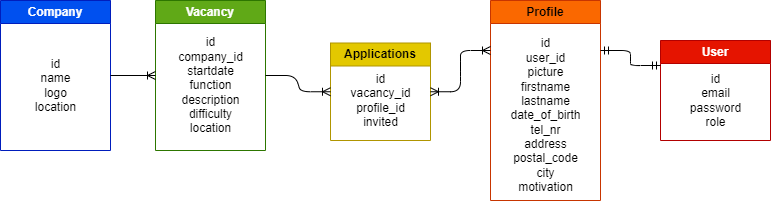
This is documents/design/VAC-ERD-Uitgewerkt-gegevensmodel-TV-v1.drawio.png from TizianoVotano/educom-symfony, a draw.io export, as it was before one commit. Source tidied: cells renumbered, new cells last; positions are measured from the earlier drawing's top-left corner, leaving out a move shared by most shapes. The source it was exported from:
```xml
<mxGraphModel>
  <root>
    <mxCell id="0" />
    <mxCell id="1" parent="0" />
    <mxCell id="2" value="Vacancy" style="swimlane;whiteSpace=wrap;html=1;fillColor=#60a917;fontColor=#ffffff;strokeColor=#2D7600;" parent="1" vertex="1">
      <mxGeometry x="155" width="110" height="150" as="geometry" />
    </mxCell>
    <mxCell id="3" value="&lt;div&gt;id&lt;/div&gt;&lt;div&gt;company_id&lt;br&gt;&lt;/div&gt;&lt;div&gt;startdate&lt;/div&gt;&lt;div&gt;function&lt;/div&gt;&lt;div&gt;description&lt;/div&gt;&lt;div&gt;difficulty&lt;/div&gt;&lt;div&gt;location&lt;/div&gt;" style="text;html=1;align=center;verticalAlign=middle;strokeColor=none;fillColor=none;" parent="2" vertex="1">
      <mxGeometry x="10" y="30" width="90" height="110" as="geometry" />
    </mxCell>
    <mxCell id="4" value="Company" style="swimlane;whiteSpace=wrap;html=1;startSize=23;fillColor=#0050ef;fontColor=#ffffff;strokeColor=#001DBC;" parent="1" vertex="1">
      <mxGeometry width="110" height="150" as="geometry" />
    </mxCell>
    <mxCell id="5" value="&lt;div&gt;id&lt;/div&gt;&lt;div&gt;name&lt;/div&gt;&lt;div&gt;logo&lt;/div&gt;&lt;div&gt;location&lt;/div&gt;" style="text;html=1;align=center;verticalAlign=middle;strokeColor=none;fillColor=none;" parent="4" vertex="1">
      <mxGeometry x="25" y="50" width="60" height="70" as="geometry" />
    </mxCell>
    <mxCell id="6" value="Profile" style="swimlane;whiteSpace=wrap;html=1;fillColor=#fa6800;strokeColor=#C73500;fontColor=#000000;" parent="1" vertex="1">
      <mxGeometry x="490" width="110" height="200" as="geometry" />
    </mxCell>
    <mxCell id="7" value="&lt;div&gt;id&lt;/div&gt;&lt;div&gt;user_id&lt;/div&gt;&lt;div&gt;picture&lt;/div&gt;&lt;div&gt;firstname&lt;/div&gt;&lt;div&gt;lastname&lt;/div&gt;&lt;div&gt;date_of_birth&lt;/div&gt;&lt;div&gt;tel_nr&lt;/div&gt;&lt;div&gt;address&lt;/div&gt;&lt;div&gt;postal_code&lt;/div&gt;&lt;div&gt;city&lt;/div&gt;&lt;div&gt;motivation&lt;/div&gt;" style="text;html=1;align=center;verticalAlign=middle;strokeColor=none;fillColor=none;" parent="6" vertex="1">
      <mxGeometry x="10" y="30" width="90" height="170" as="geometry" />
    </mxCell>
    <mxCell id="8" value="User" style="swimlane;whiteSpace=wrap;html=1;fillColor=#e51400;fontColor=#ffffff;strokeColor=#B20000;" parent="1" vertex="1">
      <mxGeometry x="660" y="40" width="110" height="100" as="geometry" />
    </mxCell>
    <mxCell id="9" value="&lt;div&gt;id&lt;/div&gt;&lt;div&gt;email&lt;/div&gt;&lt;div&gt;password&lt;/div&gt;&lt;div&gt;role&lt;/div&gt;" style="text;html=1;align=center;verticalAlign=middle;strokeColor=none;fillColor=none;" parent="8" vertex="1">
      <mxGeometry x="20" y="25" width="70" height="70" as="geometry" />
    </mxCell>
    <mxCell id="10" value="Applications" style="swimlane;whiteSpace=wrap;html=1;fillColor=#e3c800;fontColor=#000000;strokeColor=#B09500;" parent="1" vertex="1">
      <mxGeometry x="330" y="42.5" width="100" height="97.5" as="geometry" />
    </mxCell>
    <mxCell id="11" value="&lt;div&gt;id&lt;/div&gt;&lt;div&gt;vacancy_id&lt;/div&gt;&lt;div&gt;profile_id&lt;/div&gt;&lt;div&gt;invited&lt;/div&gt;" style="text;html=1;align=center;verticalAlign=middle;strokeColor=none;fillColor=none;" parent="10" vertex="1">
      <mxGeometry x="10" y="22.5" width="80" height="70" as="geometry" />
    </mxCell>
    <mxCell id="12" style="edgeStyle=entityRelationEdgeStyle;fontSize=12;html=1;endArrow=ERoneToMany;exitX=1;exitY=0.5;exitDx=0;exitDy=0;entryX=0;entryY=0.5;entryDx=0;entryDy=0;" parent="1" edge="1" source="4" target="2">
      <mxGeometry relative="1" as="geometry" />
    </mxCell>
    <mxCell id="13" style="edgeStyle=entityRelationEdgeStyle;fontSize=12;html=1;endArrow=ERoneToMany;entryX=0;entryY=0.5;entryDx=0;entryDy=0;exitX=1;exitY=0.5;exitDx=0;exitDy=0;" parent="1" edge="1" source="2" target="10">
      <mxGeometry relative="1" as="geometry" />
    </mxCell>
    <mxCell id="14" style="edgeStyle=entityRelationEdgeStyle;fontSize=12;html=1;endArrow=ERmandOne;startArrow=ERmandOne;strokeColor=default;exitX=1;exitY=0.25;exitDx=0;exitDy=0;entryX=0;entryY=0.25;entryDx=0;entryDy=0;" parent="1" edge="1" source="6" target="8">
      <mxGeometry relative="1" as="geometry" />
    </mxCell>
    <mxCell id="15" style="edgeStyle=entityRelationEdgeStyle;fontSize=12;html=1;endArrow=ERoneToMany;startArrow=ERoneToMany;strokeColor=default;exitX=1;exitY=0.5;exitDx=0;exitDy=0;entryX=0;entryY=0.25;entryDx=0;entryDy=0;" parent="1" edge="1" source="10" target="6">
      <mxGeometry relative="1" as="geometry" />
    </mxCell>
  </root>
</mxGraphModel>
```
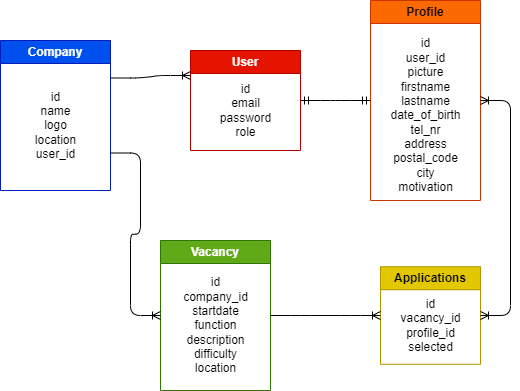
After the change.

What changed in the source:
```diff
@@ -3,46 +3,49 @@
     <mxCell id="0" />
     <mxCell id="1" parent="0" />
     <mxCell id="2" value="Vacancy" style="swimlane;whiteSpace=wrap;html=1;fillColor=#60a917;fontColor=#ffffff;strokeColor=#2D7600;" parent="1" vertex="1">
-      <mxGeometry x="155" width="110" height="150" as="geometry" />
+      <mxGeometry x="250" y="230" width="110" height="150" as="geometry" />
     </mxCell>
     <mxCell id="3" value="&lt;div&gt;id&lt;/div&gt;&lt;div&gt;company_id&lt;br&gt;&lt;/div&gt;&lt;div&gt;startdate&lt;/div&gt;&lt;div&gt;function&lt;/div&gt;&lt;div&gt;description&lt;/div&gt;&lt;div&gt;difficulty&lt;/div&gt;&lt;div&gt;location&lt;/div&gt;" style="text;html=1;align=center;verticalAlign=middle;strokeColor=none;fillColor=none;" parent="2" vertex="1">
       <mxGeometry x="10" y="30" width="90" height="110" as="geometry" />
     </mxCell>
     <mxCell id="4" value="Company" style="swimlane;whiteSpace=wrap;html=1;startSize=23;fillColor=#0050ef;fontColor=#ffffff;strokeColor=#001DBC;" parent="1" vertex="1">
-      <mxGeometry width="110" height="150" as="geometry" />
+      <mxGeometry x="90" y="30" width="110" height="150" as="geometry" />
     </mxCell>
-    <mxCell id="5" value="&lt;div&gt;id&lt;/div&gt;&lt;div&gt;name&lt;/div&gt;&lt;div&gt;logo&lt;/div&gt;&lt;div&gt;location&lt;/div&gt;" style="text;html=1;align=center;verticalAlign=middle;strokeColor=none;fillColor=none;" parent="4" vertex="1">
-      <mxGeometry x="25" y="50" width="60" height="70" as="geometry" />
+    <mxCell id="5" value="&lt;div&gt;id&lt;/div&gt;&lt;div&gt;name&lt;/div&gt;&lt;div&gt;logo&lt;/div&gt;&lt;div&gt;location&lt;/div&gt;&lt;div&gt;user_id&lt;/div&gt;" style="text;html=1;align=center;verticalAlign=middle;strokeColor=none;fillColor=none;" parent="4" vertex="1">
+      <mxGeometry x="25" y="40" width="60" height="90" as="geometry" />
     </mxCell>
     <mxCell id="6" value="Profile" style="swimlane;whiteSpace=wrap;html=1;fillColor=#fa6800;strokeColor=#C73500;fontColor=#000000;" parent="1" vertex="1">
-      <mxGeometry x="490" width="110" height="200" as="geometry" />
+      <mxGeometry x="460" y="-10" width="110" height="200" as="geometry" />
     </mxCell>
     <mxCell id="7" value="&lt;div&gt;id&lt;/div&gt;&lt;div&gt;user_id&lt;/div&gt;&lt;div&gt;picture&lt;/div&gt;&lt;div&gt;firstname&lt;/div&gt;&lt;div&gt;lastname&lt;/div&gt;&lt;div&gt;date_of_birth&lt;/div&gt;&lt;div&gt;tel_nr&lt;/div&gt;&lt;div&gt;address&lt;/div&gt;&lt;div&gt;postal_code&lt;/div&gt;&lt;div&gt;city&lt;/div&gt;&lt;div&gt;motivation&lt;/div&gt;" style="text;html=1;align=center;verticalAlign=middle;strokeColor=none;fillColor=none;" parent="6" vertex="1">
       <mxGeometry x="10" y="30" width="90" height="170" as="geometry" />
     </mxCell>
     <mxCell id="8" value="User" style="swimlane;whiteSpace=wrap;html=1;fillColor=#e51400;fontColor=#ffffff;strokeColor=#B20000;" parent="1" vertex="1">
-      <mxGeometry x="660" y="40" width="110" height="100" as="geometry" />
+      <mxGeometry x="280" y="40" width="110" height="100" as="geometry" />
     </mxCell>
     <mxCell id="9" value="&lt;div&gt;id&lt;/div&gt;&lt;div&gt;email&lt;/div&gt;&lt;div&gt;password&lt;/div&gt;&lt;div&gt;role&lt;/div&gt;" style="text;html=1;align=center;verticalAlign=middle;strokeColor=none;fillColor=none;" parent="8" vertex="1">
       <mxGeometry x="20" y="25" width="70" height="70" as="geometry" />
     </mxCell>
     <mxCell id="10" value="Applications" style="swimlane;whiteSpace=wrap;html=1;fillColor=#e3c800;fontColor=#000000;strokeColor=#B09500;" parent="1" vertex="1">
-      <mxGeometry x="330" y="42.5" width="100" height="97.5" as="geometry" />
+      <mxGeometry x="470" y="256.2" width="100" height="97.5" as="geometry" />
     </mxCell>
-    <mxCell id="11" value="&lt;div&gt;id&lt;/div&gt;&lt;div&gt;vacancy_id&lt;/div&gt;&lt;div&gt;profile_id&lt;/div&gt;&lt;div&gt;invited&lt;/div&gt;" style="text;html=1;align=center;verticalAlign=middle;strokeColor=none;fillColor=none;" parent="10" vertex="1">
-      <mxGeometry x="10" y="22.5" width="80" height="70" as="geometry" />
+    <mxCell id="11" value="&lt;div&gt;id&lt;/div&gt;&lt;div&gt;vacancy_id&lt;/div&gt;&lt;div&gt;profile_id&lt;/div&gt;&lt;div&gt;selected&lt;/div&gt;" style="text;html=1;align=center;verticalAlign=middle;strokeColor=none;fillColor=none;" parent="10" vertex="1">
+      <mxGeometry x="10" y="23.8" width="80" height="70" as="geometry" />
     </mxCell>
-    <mxCell id="12" style="edgeStyle=entityRelationEdgeStyle;fontSize=12;html=1;endArrow=ERoneToMany;exitX=1;exitY=0.5;exitDx=0;exitDy=0;entryX=0;entryY=0.5;entryDx=0;entryDy=0;" parent="1" edge="1" source="4" target="2">
+    <mxCell id="12" style="edgeStyle=entityRelationEdgeStyle;fontSize=12;html=1;endArrow=ERoneToMany;exitX=1;exitY=0.75;exitDx=0;exitDy=0;entryX=0;entryY=0.5;entryDx=0;entryDy=0;" parent="1" edge="1" source="4" target="2">
       <mxGeometry relative="1" as="geometry" />
     </mxCell>
     <mxCell id="13" style="edgeStyle=entityRelationEdgeStyle;fontSize=12;html=1;endArrow=ERoneToMany;entryX=0;entryY=0.5;entryDx=0;entryDy=0;exitX=1;exitY=0.5;exitDx=0;exitDy=0;" parent="1" edge="1" source="2" target="10">
       <mxGeometry relative="1" as="geometry" />
     </mxCell>
-    <mxCell id="14" style="edgeStyle=entityRelationEdgeStyle;fontSize=12;html=1;endArrow=ERmandOne;startArrow=ERmandOne;strokeColor=default;exitX=1;exitY=0.25;exitDx=0;exitDy=0;entryX=0;entryY=0.25;entryDx=0;entryDy=0;" parent="1" edge="1" source="6" target="8">
+    <mxCell id="14" style="edgeStyle=entityRelationEdgeStyle;fontSize=12;html=1;endArrow=ERmandOne;startArrow=ERmandOne;strokeColor=default;exitX=0;exitY=0.5;exitDx=0;exitDy=0;entryX=1;entryY=0.5;entryDx=0;entryDy=0;" parent="1" edge="1" source="6" target="8">
       <mxGeometry relative="1" as="geometry" />
     </mxCell>
-    <mxCell id="15" style="edgeStyle=entityRelationEdgeStyle;fontSize=12;html=1;endArrow=ERoneToMany;startArrow=ERoneToMany;strokeColor=default;exitX=1;exitY=0.5;exitDx=0;exitDy=0;entryX=0;entryY=0.25;entryDx=0;entryDy=0;" parent="1" edge="1" source="10" target="6">
+    <mxCell id="15" style="edgeStyle=entityRelationEdgeStyle;fontSize=12;html=1;endArrow=ERoneToMany;startArrow=ERoneToMany;strokeColor=default;exitX=1;exitY=0.5;exitDx=0;exitDy=0;entryX=1;entryY=0.5;entryDx=0;entryDy=0;" parent="1" edge="1" source="10" target="6">
       <mxGeometry relative="1" as="geometry" />
     </mxCell>
+    <mxCell id="16" style="edgeStyle=entityRelationEdgeStyle;fontSize=12;html=1;endArrow=ERoneToMany;exitX=1;exitY=0.25;exitDx=0;exitDy=0;entryX=0;entryY=0.25;entryDx=0;entryDy=0;" parent="1" edge="1" source="4" target="8">
+      <mxGeometry relative="1" as="geometry" />
+    </mxCell>
   </root>
 </mxGraphModel>
```
